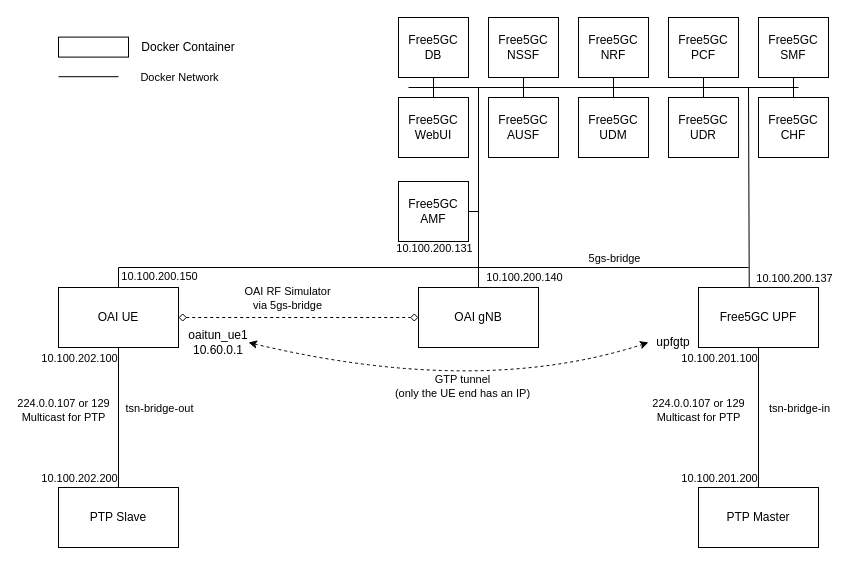
This is docs/structure.drawio from ottoblep/tsn-5g-testbench, a draw.io file, before an edit. Source tidied: cells renumbered, new cells numbered last; positions are measured from the earlier drawing's top-left corner, leaving out a move shared by most shapes. Both pictures are drawn from the tidied source at 100%, with x=0, y=0 at pixel (58, 17).
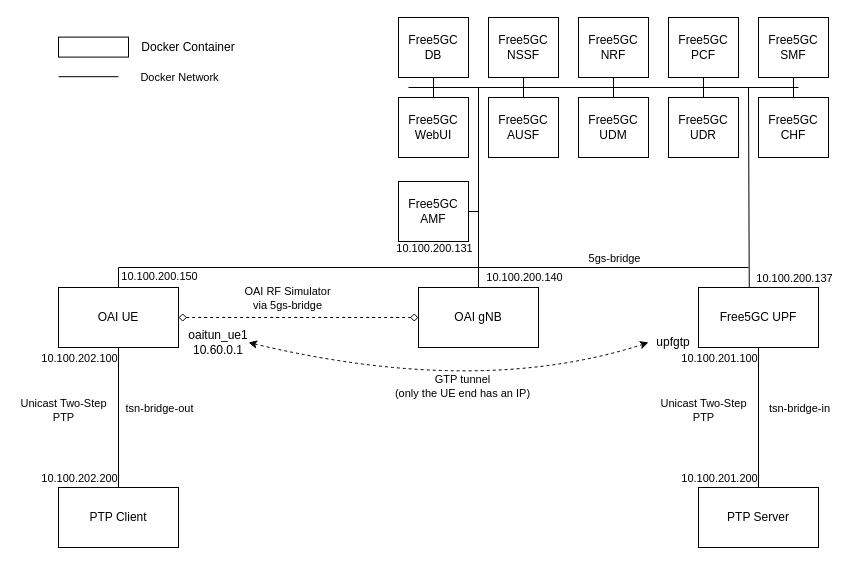
Above is the later version.

Commit message (it also covers changes not shown here):
Update structure diagram

What changed in the source:
```diff
@@
-    <mxCell id="41" value="PTP Slave" style="rounded=0;whiteSpace=wrap;html=1;" parent="1" vertex="1">
+    <mxCell id="41" value="PTP Client" style="rounded=0;whiteSpace=wrap;html=1;" parent="1" vertex="1">
       <mxGeometry y="470" width="120" height="60" as="geometry" />
     </mxCell>
-    <mxCell id="42" value="PTP Master" style="rounded=0;whiteSpace=wrap;html=1;" parent="1" vertex="1">
+    <mxCell id="42" value="PTP Server" style="rounded=0;whiteSpace=wrap;html=1;" parent="1" vertex="1">
       <mxGeometry x="640" y="470" width="120" height="60" as="geometry" />
     </mxCell>
@@
-    <mxCell id="53" value="224.0.0.107 or 129 &lt;br&gt;Multicast for PTP" style="edgeLabel;html=1;align=center;verticalAlign=middle;" parent="1" vertex="1">
-      <mxGeometry x="645" y="390" as="geometry">
-        <mxPoint x="-6" y="2" as="offset" />
-      </mxGeometry>
-    </mxCell>
-    <mxCell id="54" value="224.0.0.107 or 129 &lt;br&gt;Multicast for PTP" style="edgeLabel;html=1;align=center;verticalAlign=middle;" parent="1" vertex="1">
+    <mxCell id="54" value="Unicast Two-Step&lt;br&gt;PTP" style="edgeLabel;html=1;align=center;verticalAlign=middle;" parent="1" vertex="1">
       <mxGeometry x="10" y="390" as="geometry">
         <mxPoint x="-6" y="2" as="offset" />
       </mxGeometry>
     </mxCell>
+    <mxCell id="55" value="Unicast Two-Step&lt;br&gt;PTP" style="edgeLabel;html=1;align=center;verticalAlign=middle;" parent="1" vertex="1">
+      <mxGeometry x="650" y="390" as="geometry">
+        <mxPoint x="-6" y="2" as="offset" />
+      </mxGeometry>
+    </mxCell>
```
